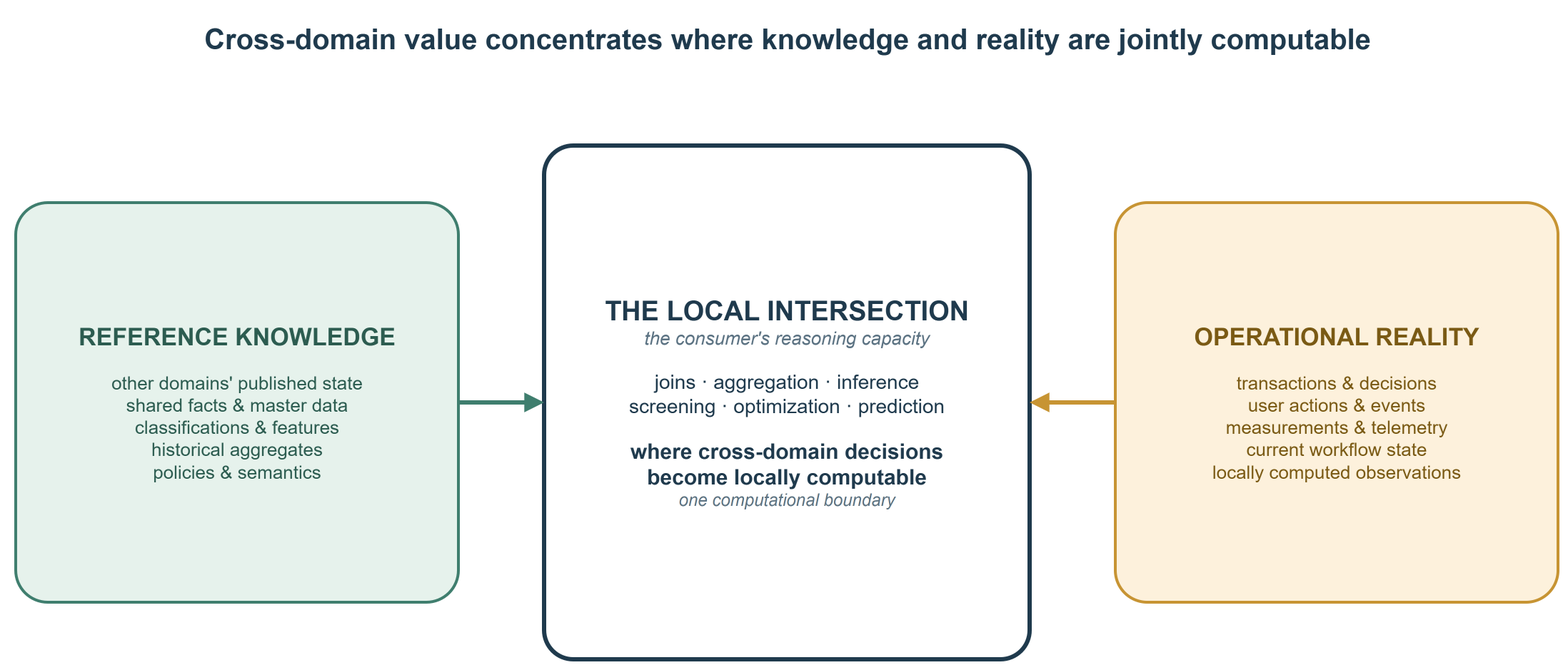
Earlier version of the draw.io export content/posts/freshness-isnt-the-only-axis/local-intersection.drawio.png (AlexeyEvlampiev/alexeyevlampiev.github.io). Source tidied: cells renumbered, new cells last; positions are measured from the earlier drawing's top-left corner, leaving out a move shared by most shapes.
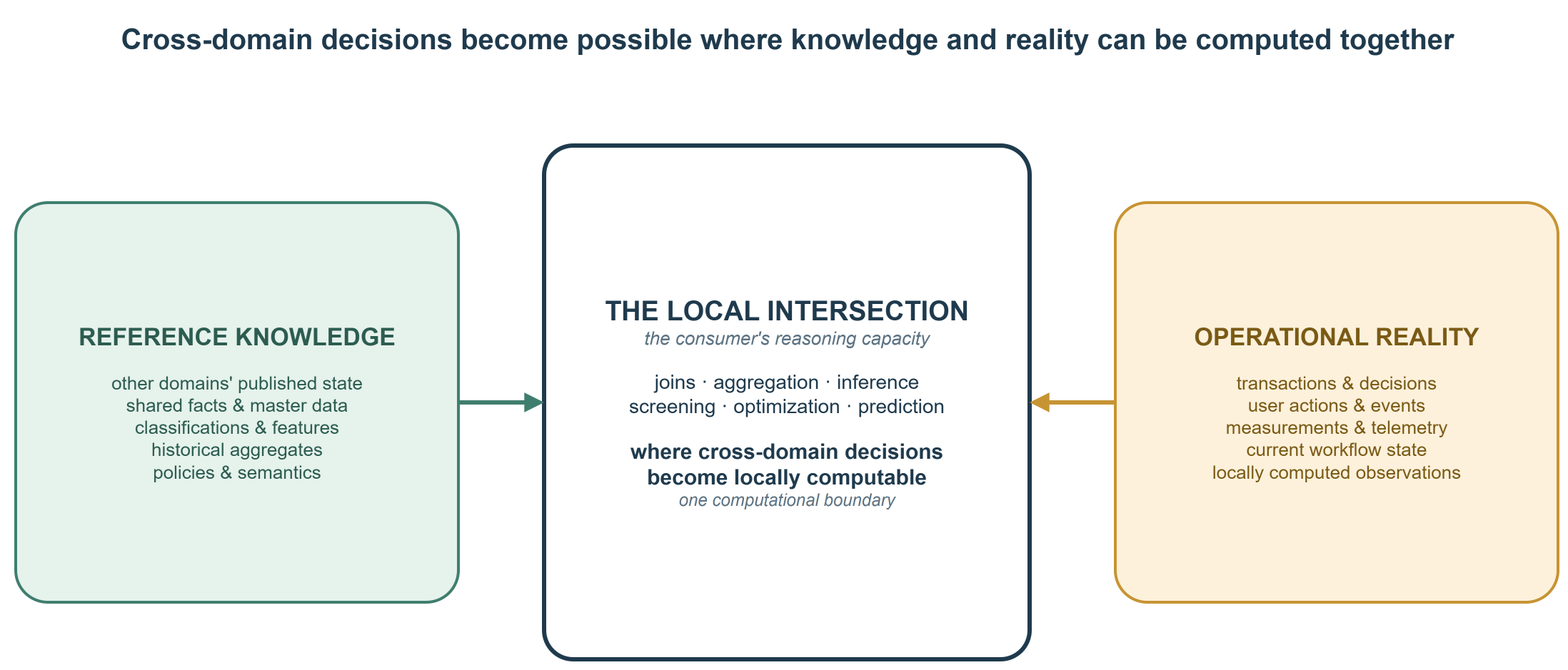
After the change.

The edit, as a diff of the source:
```diff
@@ -2,7 +2,7 @@
   <root>
     <mxCell id="0" />
     <mxCell id="1" parent="0" />
-    <mxCell id="2" value="Cross-domain value concentrates where knowledge and reality are jointly computable" style="text;html=1;fontSize=20;fontStyle=1;fontColor=#1f3a4d;align=center;verticalAlign=middle;" parent="1" vertex="1">
+    <mxCell id="2" value="Cross-domain decisions become possible where knowledge and reality can be computed together" style="text;html=1;fontSize=20;fontStyle=1;fontColor=#1f3a4d;align=center;verticalAlign=middle;" parent="1" vertex="1">
       <mxGeometry width="1080" height="34" as="geometry" />
     </mxCell>
     <mxCell id="3" value="&lt;font style=&quot;font-size:17px&quot;&gt;&lt;b&gt;REFERENCE KNOWLEDGE&lt;/b&gt;&lt;/font&gt;&lt;br&gt;&lt;br&gt;&lt;font style=&quot;font-size:13px&quot;&gt;other domains&amp;#39; published state&lt;br&gt;shared facts &amp;amp; master data&lt;br&gt;classifications &amp;amp; features&lt;br&gt;historical aggregates&lt;br&gt;policies &amp;amp; semantics&lt;/font&gt;" style="rounded=1;whiteSpace=wrap;html=1;fillColor=#e6f2ec;strokeColor=#3f7e6e;strokeWidth=2;fontColor=#2c5c50;arcSize=8;verticalAlign=middle;" parent="1" vertex="1">
```
